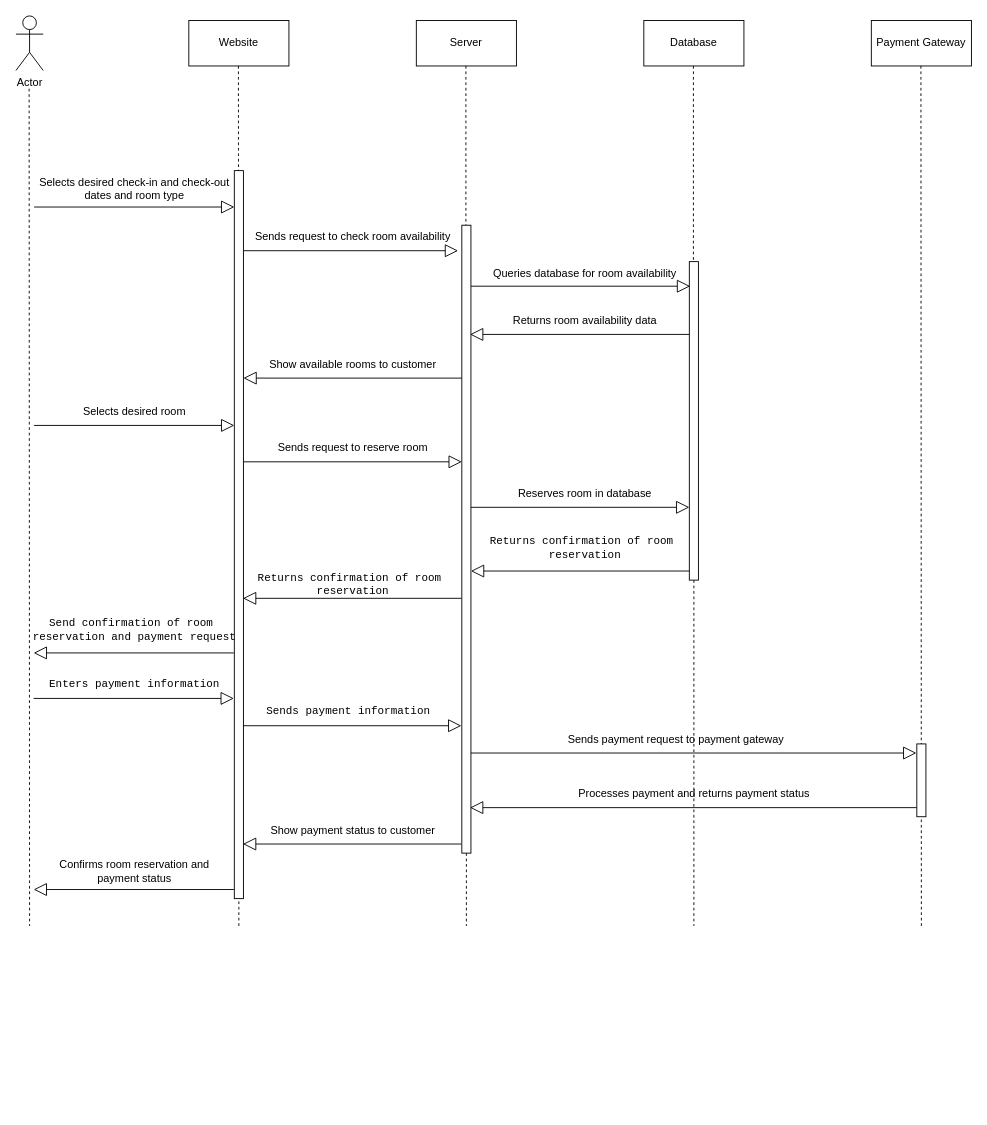
Before: make room reservation.drawio in CodeSithum/sequencediagram, a draw.io diagram. Source tidied: cells renumbered, new cells numbered last; positions are measured from the earlier drawing's top-left corner, leaving out a move shared by most shapes. Both pictures are drawn from the tidied source at 91%, with x=0, y=0 at pixel (15, 15).
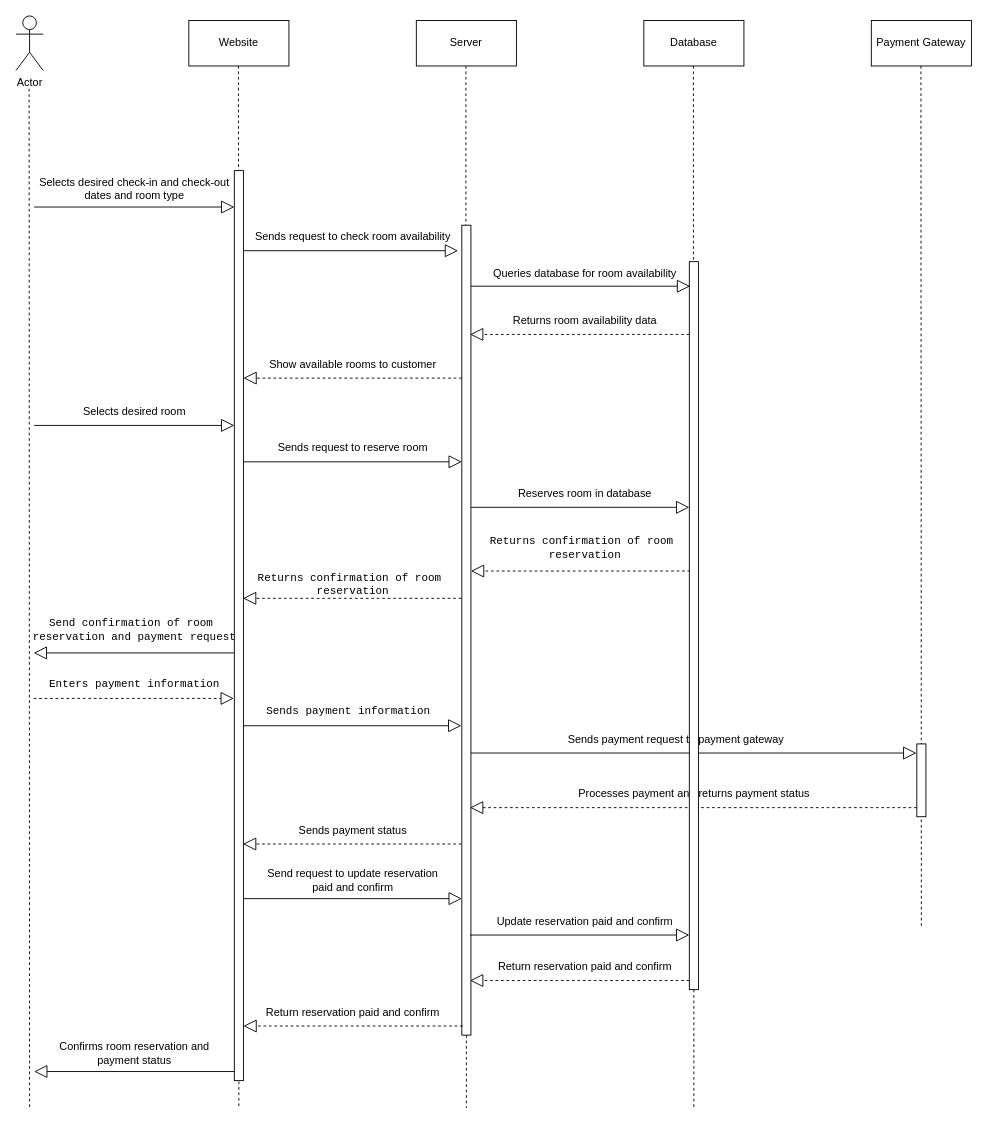
After the change.

Change to the diagram source:
```diff
@@
     <mxCell id="6" style="endArrow=none;dashed=1;endFill=0;endSize=12;html=1;rounded=0;" parent="1" edge="1">
       <mxGeometry relative="1" as="geometry">
         <mxPoint x="14.5" y="80" as="sourcePoint" />
-        <mxPoint x="15" y="1000" as="targetPoint" />
+        <mxPoint x="15" y="1200" as="targetPoint" />
       </mxGeometry>
     </mxCell>
     <mxCell id="7" style="endArrow=none;dashed=1;endFill=0;endSize=12;html=1;rounded=0;" parent="1" edge="1">
       <mxGeometry relative="1" as="geometry">
         <mxPoint x="244.5" y="55" as="sourcePoint" />
-        <mxPoint x="245" y="1000" as="targetPoint" />
+        <mxPoint x="245" y="1200" as="targetPoint" />
       </mxGeometry>
     </mxCell>
     <mxCell id="8" style="endArrow=none;dashed=1;endFill=0;endSize=12;html=1;rounded=0;" parent="1" edge="1" source="35">
       <mxGeometry relative="1" as="geometry">
-        <mxPoint x="495" y="1000" as="targetPoint" />
+        <mxPoint x="495" y="1200" as="targetPoint" />
       </mxGeometry>
     </mxCell>
@@
     <mxCell id="12" style="endArrow=none;dashed=1;endFill=0;endSize=12;html=1;rounded=0;" parent="1" edge="1" source="47">
       <mxGeometry relative="1" as="geometry">
-        <mxPoint x="745" y="1000" as="targetPoint" />
+        <mxPoint x="745" y="1200" as="targetPoint" />
       </mxGeometry>
     </mxCell>
@@
-    <mxCell id="21" value="Show payment status to customer" style="text;html=1;align=center;verticalAlign=middle;strokeColor=none;fillColor=none;" parent="1" vertex="1">
-      <mxGeometry x="264.5" y="880" width="210" height="30" as="geometry" />
+    <mxCell id="21" value="Sends payment status " style="text;html=1;align=center;verticalAlign=middle;strokeColor=none;fillColor=none;" parent="1" vertex="1">
+      <mxGeometry x="294.5" y="880" width="150" height="30" as="geometry" />
     </mxCell>
     <mxCell id="22" value="&lt;div&gt;Confirms room reservation and &lt;br&gt;&lt;/div&gt;&lt;div&gt;payment status&lt;/div&gt;" style="text;html=1;align=center;verticalAlign=middle;strokeColor=none;fillColor=none;" parent="1" vertex="1">
-      <mxGeometry x="34.5" y="920" width="190" height="40" as="geometry" />
+      <mxGeometry x="35" y="1120" width="190" height="40" as="geometry" />
     </mxCell>
@@
     <mxCell id="25" style="endArrow=block;endFill=0;endSize=12;html=1;rounded=0;entryX=1;entryY=1;entryDx=0;entryDy=0;entryPerimeter=0;" parent="1" edge="1">
       <mxGeometry relative="1" as="geometry">
-        <mxPoint x="239.5" y="960" as="sourcePoint" />
-        <mxPoint x="19.5" y="960" as="targetPoint" />
+        <mxPoint x="240" y="1160" as="sourcePoint" />
+        <mxPoint x="20" y="1160" as="targetPoint" />
       </mxGeometry>
     </mxCell>
@@
-    <mxCell id="27" style="endArrow=block;endFill=0;endSize=12;html=1;rounded=0;" parent="1" edge="1">
+    <mxCell id="27" style="endArrow=block;endFill=0;endSize=12;html=1;rounded=0;dashed=1;" parent="1" edge="1">
       <mxGeometry relative="1" as="geometry">
         <mxPoint x="490" y="398" as="sourcePoint" />
         <mxPoint x="250" y="398" as="targetPoint" />
       </mxGeometry>
     </mxCell>
@@
-    <mxCell id="29" style="endArrow=block;endFill=0;endSize=12;html=1;rounded=0;" parent="1" edge="1">
+    <mxCell id="29" style="endArrow=block;endFill=0;endSize=12;html=1;rounded=0;dashed=1;" parent="1" edge="1">
       <mxGeometry relative="1" as="geometry">
         <mxPoint x="489.5" y="910" as="sourcePoint" />
         <mxPoint x="249.5" y="910" as="targetPoint" />
       </mxGeometry>
     </mxCell>
@@
-    <mxCell id="31" style="endArrow=block;endFill=0;endSize=12;html=1;rounded=0;entryX=1.004;entryY=0.967;entryDx=0;entryDy=0;entryPerimeter=0;" parent="1" edge="1">
+    <mxCell id="31" style="endArrow=block;endFill=0;endSize=12;html=1;rounded=0;entryX=1.004;entryY=0.967;entryDx=0;entryDy=0;entryPerimeter=0;dashed=1;" parent="1" edge="1">
       <mxGeometry relative="1" as="geometry">
         <mxPoint x="740" y="350" as="sourcePoint" />
         <mxPoint x="499" y="350" as="targetPoint" />
       </mxGeometry>
     </mxCell>
@@
     <mxCell id="33" style="html=1;perimeter=orthogonalPerimeter;targetShapes=umlLifeline;newEdgeStyle={&quot;edgeStyle&quot;:&quot;elbowEdgeStyle&quot;,&quot;elbow&quot;:&quot;vertical&quot;,&quot;curved&quot;:0,&quot;rounded&quot;:0};" parent="1" vertex="1">
-      <mxGeometry x="240" y="170" width="10" height="800" as="geometry" />
+      <mxGeometry x="240" y="170" width="10" height="1000" as="geometry" />
     </mxCell>
@@
     <mxCell id="35" style="html=1;points=[];perimeter=orthogonalPerimeter;outlineConnect=0;targetShapes=umlLifeline;portConstraint=eastwest;newEdgeStyle={&quot;edgeStyle&quot;:&quot;elbowEdgeStyle&quot;,&quot;elbow&quot;:&quot;vertical&quot;,&quot;curved&quot;:0,&quot;rounded&quot;:0};" parent="1" vertex="1">
-      <mxGeometry x="490" y="230" width="10" height="690" as="geometry" />
+      <mxGeometry x="490" y="230" width="10" height="890" as="geometry" />
     </mxCell>
@@
-    <mxCell id="37" style="endArrow=block;endFill=0;endSize=12;html=1;rounded=0;" parent="1" edge="1">
+    <mxCell id="37" style="endArrow=block;endFill=0;endSize=12;html=1;rounded=0;dashed=1;" parent="1" edge="1">
       <mxGeometry relative="1" as="geometry">
         <mxPoint x="990" y="870" as="sourcePoint" />
         <mxPoint x="499" y="870" as="targetPoint" />
       </mxGeometry>
     </mxCell>
@@
-    <mxCell id="46" style="endArrow=block;endFill=0;endSize=12;html=1;rounded=0;entryX=1.004;entryY=0.967;entryDx=0;entryDy=0;entryPerimeter=0;" parent="1" edge="1">
+    <mxCell id="46" style="endArrow=block;endFill=0;endSize=12;html=1;rounded=0;entryX=1.004;entryY=0.967;entryDx=0;entryDy=0;entryPerimeter=0;dashed=1;" parent="1" edge="1">
       <mxGeometry relative="1" as="geometry">
         <mxPoint x="741" y="610" as="sourcePoint" />
         <mxPoint x="500" y="610" as="targetPoint" />
       </mxGeometry>
     </mxCell>
     <mxCell id="47" style="html=1;points=[];perimeter=orthogonalPerimeter;outlineConnect=0;targetShapes=umlLifeline;portConstraint=eastwest;newEdgeStyle={&quot;edgeStyle&quot;:&quot;elbowEdgeStyle&quot;,&quot;elbow&quot;:&quot;vertical&quot;,&quot;curved&quot;:0,&quot;rounded&quot;:0};" parent="1" vertex="1">
-      <mxGeometry x="740" y="270" width="10" height="350" as="geometry" />
+      <mxGeometry x="740" y="270" width="10" height="800" as="geometry" />
     </mxCell>
-    <mxCell id="48" style="endArrow=block;endFill=0;endSize=12;html=1;rounded=0;" parent="1" edge="1">
+    <mxCell id="48" style="endArrow=block;endFill=0;endSize=12;html=1;rounded=0;dashed=1;" parent="1" edge="1">
       <mxGeometry relative="1" as="geometry">
         <mxPoint x="489.5" y="640" as="sourcePoint" />
         <mxPoint x="249.5" y="640" as="targetPoint" />
       </mxGeometry>
     </mxCell>
@@
-    <mxCell id="50" style="endArrow=block;endFill=0;endSize=12;html=1;rounded=0;entryX=1;entryY=1;entryDx=0;entryDy=0;entryPerimeter=0;" parent="1" edge="1">
+    <mxCell id="50" style="endArrow=block;endFill=0;endSize=12;html=1;rounded=0;entryX=1;entryY=1;entryDx=0;entryDy=0;entryPerimeter=0;dashed=1;" parent="1" edge="1">
       <mxGeometry relative="1" as="geometry">
         <mxPoint x="19.5" y="750" as="sourcePoint" />
         <mxPoint x="239.5" y="750" as="targetPoint" />
       </mxGeometry>
     </mxCell>
@@
+    <mxCell id="52" style="endArrow=block;endFill=0;endSize=12;html=1;rounded=0;" parent="1" edge="1">
+      <mxGeometry relative="1" as="geometry">
+        <mxPoint x="250" y="970" as="sourcePoint" />
+        <mxPoint x="490" y="970" as="targetPoint" />
+      </mxGeometry>
+    </mxCell>
+    <mxCell id="53" value="&lt;div&gt;Send request to update reservation &lt;br&gt;&lt;/div&gt;&lt;div&gt;paid and confirm&lt;/div&gt;" style="text;html=1;align=center;verticalAlign=middle;strokeColor=none;fillColor=none;" parent="1" vertex="1">
+      <mxGeometry x="259.5" y="930" width="220" height="40" as="geometry" />
+    </mxCell>
+    <mxCell id="54" style="endArrow=block;endFill=0;endSize=12;html=1;rounded=0;entryX=1.004;entryY=0.967;entryDx=0;entryDy=0;entryPerimeter=0;" parent="1" edge="1">
+      <mxGeometry relative="1" as="geometry">
+        <mxPoint x="499" y="1010" as="sourcePoint" />
+        <mxPoint x="740" y="1010" as="targetPoint" />
+      </mxGeometry>
+    </mxCell>
+    <mxCell id="55" value="Update reservation paid and confirm" style="text;html=1;align=center;verticalAlign=middle;strokeColor=none;fillColor=none;" parent="1" vertex="1">
+      <mxGeometry x="515" y="980" width="220" height="30" as="geometry" />
+    </mxCell>
+    <mxCell id="56" style="endArrow=block;endFill=0;endSize=12;html=1;rounded=0;entryX=1.004;entryY=0.967;entryDx=0;entryDy=0;entryPerimeter=0;dashed=1;" parent="1" edge="1">
+      <mxGeometry relative="1" as="geometry">
+        <mxPoint x="740" y="1060" as="sourcePoint" />
+        <mxPoint x="499" y="1060" as="targetPoint" />
+      </mxGeometry>
+    </mxCell>
+    <mxCell id="57" value="Return reservation paid and confirm" style="text;html=1;align=center;verticalAlign=middle;strokeColor=none;fillColor=none;" parent="1" vertex="1">
+      <mxGeometry x="515" y="1030" width="220" height="30" as="geometry" />
+    </mxCell>
+    <mxCell id="58" style="endArrow=block;endFill=0;endSize=12;html=1;rounded=0;entryX=1.004;entryY=0.967;entryDx=0;entryDy=0;entryPerimeter=0;dashed=1;" parent="1" edge="1">
+      <mxGeometry relative="1" as="geometry">
+        <mxPoint x="491" y="1110" as="sourcePoint" />
+        <mxPoint x="250" y="1110" as="targetPoint" />
+      </mxGeometry>
+    </mxCell>
+    <mxCell id="59" value="Return reservation paid and confirm" style="text;html=1;align=center;verticalAlign=middle;strokeColor=none;fillColor=none;" parent="1" vertex="1">
+      <mxGeometry x="260" y="1080" width="220" height="30" as="geometry" />
+    </mxCell>
```
